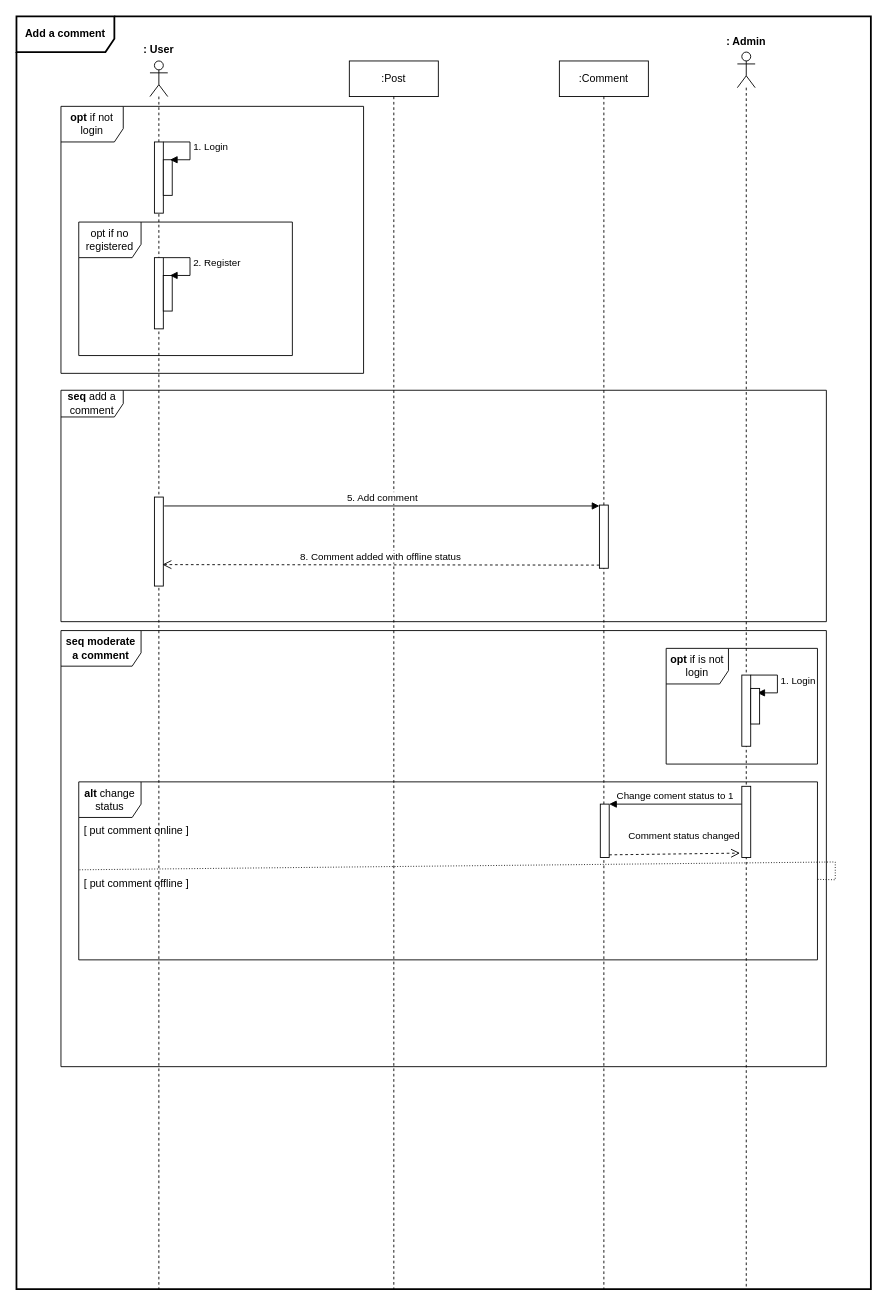
This is page "5-Sequence diagram - Add a comment" (5 of 7) of Cas d'utilisations.drawio from klaxurit/JuncaHugo_5_24012022, a draw.io file, before an edit. Source tidied: cells renumbered, new cells numbered last; positions are measured from the earlier drawing's top-left corner, leaving out a move shared by most shapes. Both pictures are drawn from the tidied source at 89%, with x=0, y=0 at pixel (16, 16).
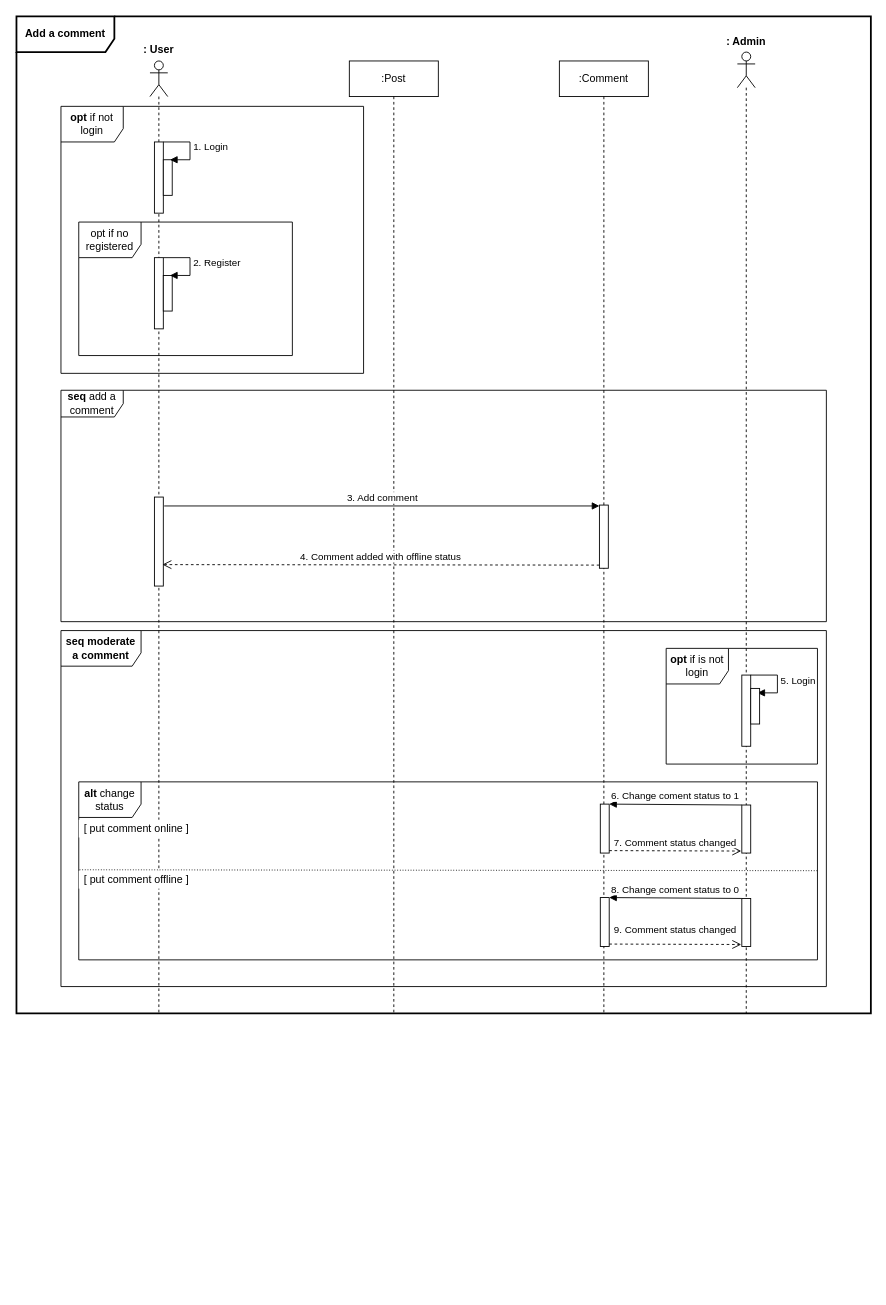
After the change.

The change refers to these unchanged cells:
```xml
<mxCell id="7" style="html=1;points=[];perimeter=orthogonalPerimeter;strokeWidth=1;" parent="6" vertex="1">
  <mxGeometry x="-219" y="490" width="10" height="100" as="geometry" />
</mxCell>
<mxCell id="12" style="html=1;points=[];perimeter=orthogonalPerimeter;strokeWidth=1;" parent="11" vertex="1">
  <mxGeometry x="45" y="499" width="10" height="71" as="geometry" />
</mxCell>
<mxCell id="27" value="&lt;b&gt;alt &lt;/b&gt;change status" style="shape=umlFrame;whiteSpace=wrap;html=1;width=70;height=40;" parent="1" vertex="1">
  <mxGeometry x="70" y="860" width="830" height="200" as="geometry" />
</mxCell>
```

Change to the diagram source:
```diff
@@
+    <mxCell id="3" value="&lt;b&gt;Add a comment&lt;/b&gt;" style="shape=umlFrame;whiteSpace=wrap;html=1;width=110;height=40;strokeWidth=2;" parent="1" vertex="1">
+      <mxGeometry width="960" height="1120" as="geometry" />
+    </mxCell>
     <mxCell id="2" value="&lt;b&gt;seq moderate a comment&lt;/b&gt;" style="shape=umlFrame;whiteSpace=wrap;html=1;strokeWidth=1;width=90;height=40;" parent="1" vertex="1">
-      <mxGeometry x="50" y="690" width="860" height="490" as="geometry" />
+      <mxGeometry x="50" y="690" width="860" height="400" as="geometry" />
     </mxCell>
-    <mxCell id="3" value="&lt;b&gt;Add a comment&lt;/b&gt;" style="shape=umlFrame;whiteSpace=wrap;html=1;width=110;height=40;strokeWidth=2;" parent="1" vertex="1">
-      <mxGeometry width="960" height="1430" as="geometry" />
-    </mxCell>
     <mxCell id="4" style="shape=umlLifeline;participant=umlActor;perimeter=lifelinePerimeter;whiteSpace=wrap;html=1;verticalAlign=top;spacingTop=36;strokeWidth=1;" parent="1" vertex="1">
-      <mxGeometry x="150" y="50" width="20" height="1380" as="geometry" />
+      <mxGeometry x="150" y="50" width="20" height="1070" as="geometry" />
     </mxCell>
@@
     <mxCell id="6" value=":Post" style="shape=umlLifeline;perimeter=lifelinePerimeter;whiteSpace=wrap;html=1;strokeWidth=1;" parent="1" vertex="1">
-      <mxGeometry x="374" y="50" width="100" height="1380" as="geometry" />
+      <mxGeometry x="374" y="50" width="100" height="1070" as="geometry" />
     </mxCell>
@@
     <mxCell id="9" style="shape=umlLifeline;participant=umlActor;perimeter=lifelinePerimeter;whiteSpace=wrap;html=1;verticalAlign=top;spacingTop=36;strokeWidth=1;" parent="1" vertex="1">
-      <mxGeometry x="810" y="40" width="20" height="1390" as="geometry" />
+      <mxGeometry x="810" y="40" width="20" height="1080" as="geometry" />
     </mxCell>
@@
     <mxCell id="11" value=":Comment" style="shape=umlLifeline;perimeter=lifelinePerimeter;whiteSpace=wrap;html=1;strokeWidth=1;" parent="1" vertex="1">
-      <mxGeometry x="610" y="50" width="100" height="1380" as="geometry" />
+      <mxGeometry x="610" y="50" width="100" height="1070" as="geometry" />
     </mxCell>
@@
-    <mxCell id="21" value="5. Add comment" style="html=1;verticalAlign=bottom;endArrow=block;rounded=0;" parent="1" edge="1" target="12">
+    <mxCell id="21" value="3. Add comment" style="html=1;verticalAlign=bottom;endArrow=block;rounded=0;" parent="1" edge="1" target="12">
       <mxGeometry relative="1" as="geometry">
         <mxPoint x="166" y="550" as="sourcePoint" />
       </mxGeometry>
     </mxCell>
-    <mxCell id="22" value="8. Comment added with offline status" style="html=1;verticalAlign=bottom;endArrow=open;dashed=1;endSize=8;exitX=0;exitY=0.95;rounded=0;entryX=0.9;entryY=0.759;entryDx=0;entryDy=0;entryPerimeter=0;" parent="1" edge="1" source="12" target="7">
+    <mxCell id="22" value="4. Comment added with offline status" style="html=1;verticalAlign=bottom;endArrow=open;dashed=1;endSize=8;exitX=0;exitY=0.95;rounded=0;entryX=0.9;entryY=0.759;entryDx=0;entryDy=0;entryPerimeter=0;" parent="1" edge="1" source="12" target="7">
       <mxGeometry relative="1" as="geometry" />
     </mxCell>
@@
-    <mxCell id="25" value="1. Login" style="edgeStyle=orthogonalEdgeStyle;html=1;align=left;spacingLeft=2;endArrow=block;rounded=0;entryX=1;entryY=0;" parent="1" edge="1">
+    <mxCell id="25" value="5. Login" style="edgeStyle=orthogonalEdgeStyle;html=1;align=left;spacingLeft=2;endArrow=block;rounded=0;entryX=1;entryY=0;" parent="1" edge="1">
       <mxGeometry relative="1" as="geometry">
         <mxPoint x="825" y="740" as="sourcePoint" />
         <mxPoint x="832.5" y="760" as="targetPoint" />
         <Array as="points">
           <mxPoint x="855" y="740" />
         </Array>
       </mxGeometry>
     </mxCell>
@@
-    <mxCell id="28" style="endArrow=none;html=1;rounded=0;dashed=1;dashPattern=1 2;exitX=0.001;exitY=0.494;exitDx=0;exitDy=0;exitPerimeter=0;" parent="1" edge="1" source="27" target="27">
+    <mxCell id="28" style="endArrow=none;html=1;rounded=0;dashed=1;dashPattern=1 2;exitX=0.001;exitY=0.494;exitDx=0;exitDy=0;exitPerimeter=0;entryX=1;entryY=0.499;entryDx=0;entryDy=0;entryPerimeter=0;" parent="1" edge="1" source="27" target="27">
       <mxGeometry relative="1" as="geometry" />
     </mxCell>
-    <mxCell id="29" value="[ put comment online ]" style="text;html=1;strokeColor=none;fillColor=none;align=center;verticalAlign=middle;whiteSpace=wrap;rounded=0;" parent="1" vertex="1">
-      <mxGeometry x="70" y="900" width="130" height="30" as="geometry" />
-    </mxCell>
-    <mxCell id="30" value="[ put comment offline ]" style="text;html=1;strokeColor=none;fillColor=none;align=center;verticalAlign=middle;whiteSpace=wrap;rounded=0;" parent="1" vertex="1">
-      <mxGeometry x="70" y="960" width="130" height="30" as="geometry" />
-    </mxCell>
     <mxCell id="31" style="html=1;points=[];perimeter=orthogonalPerimeter;" parent="1" vertex="1">
-      <mxGeometry x="656" y="885" width="10" height="60" as="geometry" />
+      <mxGeometry x="656" y="885" width="10" height="55" as="geometry" />
     </mxCell>
-    <mxCell id="32" value="Change coment status to 1" style="html=1;verticalAlign=bottom;endArrow=block;entryX=1;entryY=0;rounded=0;" parent="1" edge="1" source="34" target="31">
+    <mxCell id="32" value="6. Change coment status to 1" style="html=1;verticalAlign=bottom;endArrow=block;entryX=1;entryY=0;rounded=0;" parent="1" edge="1" source="34" target="31">
       <mxGeometry relative="1" as="geometry" />
     </mxCell>
-    <mxCell id="33" value="Comment status changed" style="html=1;verticalAlign=bottom;endArrow=open;dashed=1;endSize=8;exitX=1;exitY=0.95;rounded=0;entryX=-0.2;entryY=0.938;entryDx=0;entryDy=0;entryPerimeter=0;" parent="1" edge="1" source="31" target="34">
-      <mxGeometry x="0.14" y="11" relative="1" as="geometry" />
+    <mxCell id="33" value="7. Comment status changed" style="html=1;verticalAlign=bottom;endArrow=open;dashed=1;endSize=8;exitX=1;exitY=0.95;rounded=0;entryX=-0.062;entryY=0.958;entryDx=0;entryDy=0;entryPerimeter=0;" parent="1" edge="1" source="31" target="34">
+      <mxGeometry relative="1" as="geometry" />
     </mxCell>
     <mxCell id="34" style="html=1;points=[];perimeter=orthogonalPerimeter;" parent="1" vertex="1">
-      <mxGeometry x="815" y="865" width="10" height="80" as="geometry" />
+      <mxGeometry x="815" y="886" width="10" height="54" as="geometry" />
     </mxCell>
+    <mxCell id="30" value="[ put comment offline ]" style="text;html=1;align=center;verticalAlign=middle;whiteSpace=wrap;rounded=0;fillColor=default;" parent="1" vertex="1">
+      <mxGeometry x="70" y="960" width="130" height="20" as="geometry" />
+    </mxCell>
+    <mxCell id="29" value="[ put comment online ]" style="text;html=1;align=center;verticalAlign=middle;whiteSpace=wrap;rounded=0;fillColor=default;" parent="1" vertex="1">
+      <mxGeometry x="70" y="902.5" width="130" height="20" as="geometry" />
+    </mxCell>
+    <mxCell id="35" style="html=1;points=[];perimeter=orthogonalPerimeter;" parent="1" vertex="1">
+      <mxGeometry x="656" y="990" width="10" height="55" as="geometry" />
+    </mxCell>
+    <mxCell id="36" value="8. Change coment status to 0" style="html=1;verticalAlign=bottom;endArrow=block;entryX=1;entryY=0;rounded=0;" parent="1" edge="1" source="38" target="35">
+      <mxGeometry relative="1" as="geometry" />
+    </mxCell>
+    <mxCell id="37" value="9. Comment status changed" style="html=1;verticalAlign=bottom;endArrow=open;dashed=1;endSize=8;exitX=1;exitY=0.95;rounded=0;entryX=-0.062;entryY=0.958;entryDx=0;entryDy=0;entryPerimeter=0;" parent="1" edge="1" source="35" target="38">
+      <mxGeometry y="7" relative="1" as="geometry" />
+    </mxCell>
+    <mxCell id="38" style="html=1;points=[];perimeter=orthogonalPerimeter;" parent="1" vertex="1">
+      <mxGeometry x="815" y="991" width="10" height="54" as="geometry" />
+    </mxCell>
```
